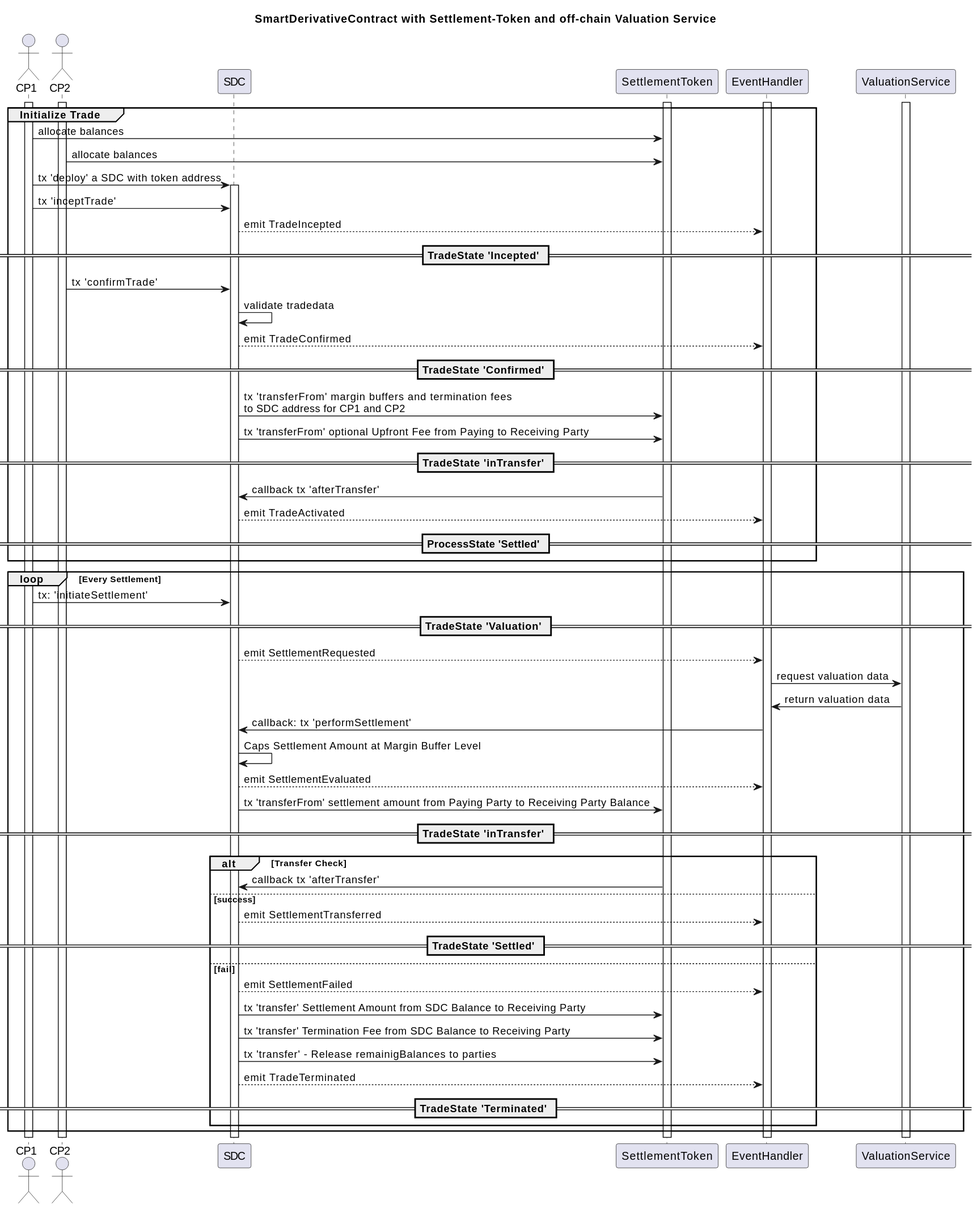
Above: public/assets/erc-6123/doc/sequence.svg in lxdao-official/eipfun (PlantUML), before the change.
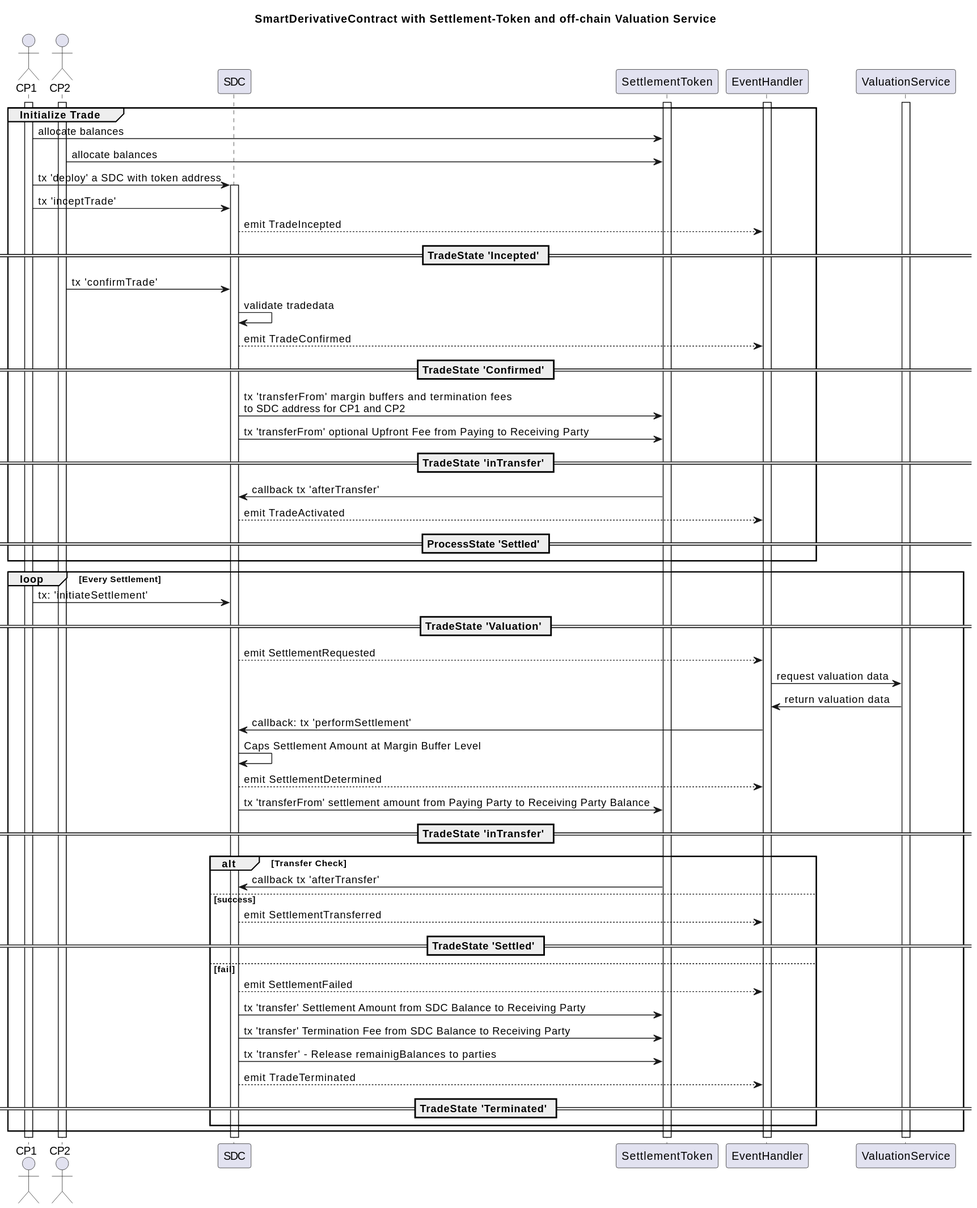
Later version of the same file.

Diff of the diagram source:
```diff
@@ -61,7 +61,7 @@
 EventHandler->SDC: callback: tx 'performSettlement'
 SDC->SDC:Caps Settlement Amount at Margin Buffer Level
 
-SDC-->EventHandler: emit SettlementEvaluated
+SDC-->EventHandler: emit SettlementDetermined
 
 SDC->SettlementToken: tx 'transferFrom' settlement amount from Paying Party to Receiving Party Balance
 == TradeState 'inTransfer' ==
```
